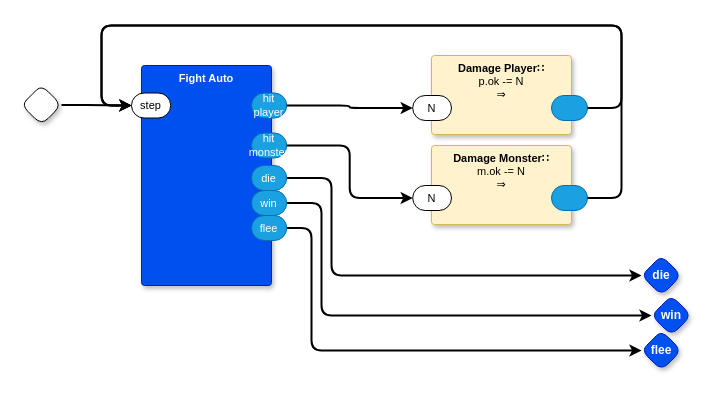
Earlier version of the draw.io diagram page "Fight" (11 of 21) of dc0d.drawio (guitarvydas/dc0d). Source tidied: cells renumbered, new cells numbered last; positions are measured from the earlier drawing's top-left corner, leaving out a move shared by most shapes. Both pictures are drawn from the tidied source at 100%, with x=0, y=0 at pixel (21, 25).
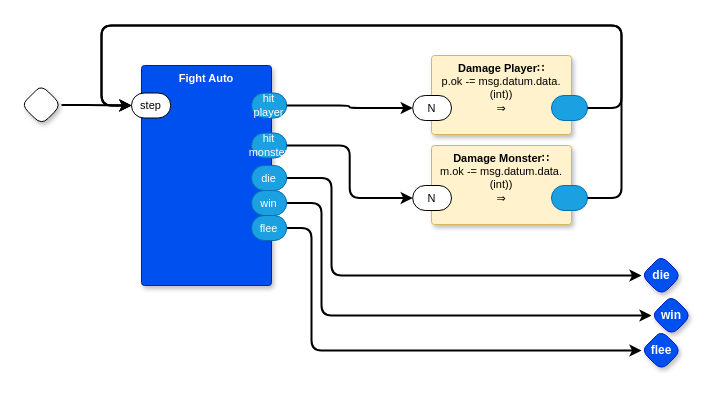
After the change.

What changed in the source:
```diff
@@
-    <mxCell id="9" value="&lt;b style=&quot;border-color: var(--border-color);&quot;&gt;Damage Player∷&lt;br&gt;&lt;/b&gt;p.ok -= N&lt;br&gt;⇒" style="rounded=1;whiteSpace=wrap;html=1;sketch=0;verticalAlign=top;arcSize=6;fontStyle=0;absoluteArcSize=1;shadow=1;strokeColor=#d6b656;fillColor=#fff2cc;fontFamily=Helvetica;fontSize=11;" parent="1" vertex="1">
+    <mxCell id="9" value="&lt;b style=&quot;border-color: var(--border-color);&quot;&gt;Damage Player∷&lt;br&gt;&lt;/b&gt;p.ok -= msg.datum.data.(int))&lt;br&gt;⇒" style="rounded=1;whiteSpace=wrap;html=1;sketch=0;verticalAlign=top;arcSize=6;fontStyle=0;absoluteArcSize=1;shadow=1;strokeColor=#d6b656;fillColor=#fff2cc;fontFamily=Helvetica;fontSize=11;" parent="1" vertex="1">
       <mxGeometry x="410" y="30" width="140" height="79" as="geometry" />
     </mxCell>
@@
-    <mxCell id="12" value="&lt;b style=&quot;border-color: var(--border-color);&quot;&gt;Damage Monster∷&lt;br&gt;&lt;/b&gt;m.ok -= N&lt;br style=&quot;border-color: var(--border-color);&quot;&gt;⇒" style="rounded=1;whiteSpace=wrap;html=1;sketch=0;verticalAlign=top;arcSize=6;fontStyle=0;absoluteArcSize=1;shadow=1;strokeColor=#d6b656;fillColor=#fff2cc;fontFamily=Helvetica;fontSize=11;" parent="1" vertex="1">
+    <mxCell id="12" value="&lt;b style=&quot;border-color: var(--border-color);&quot;&gt;Damage Monster∷&lt;br&gt;&lt;/b&gt;m.ok -= msg.datum.data.(int))&lt;br style=&quot;border-color: var(--border-color);&quot;&gt;⇒" style="rounded=1;whiteSpace=wrap;html=1;sketch=0;verticalAlign=top;arcSize=6;fontStyle=0;absoluteArcSize=1;shadow=1;strokeColor=#d6b656;fillColor=#fff2cc;fontFamily=Helvetica;fontSize=11;" parent="1" vertex="1">
       <mxGeometry x="410" y="120" width="140" height="79" as="geometry" />
     </mxCell>
```
